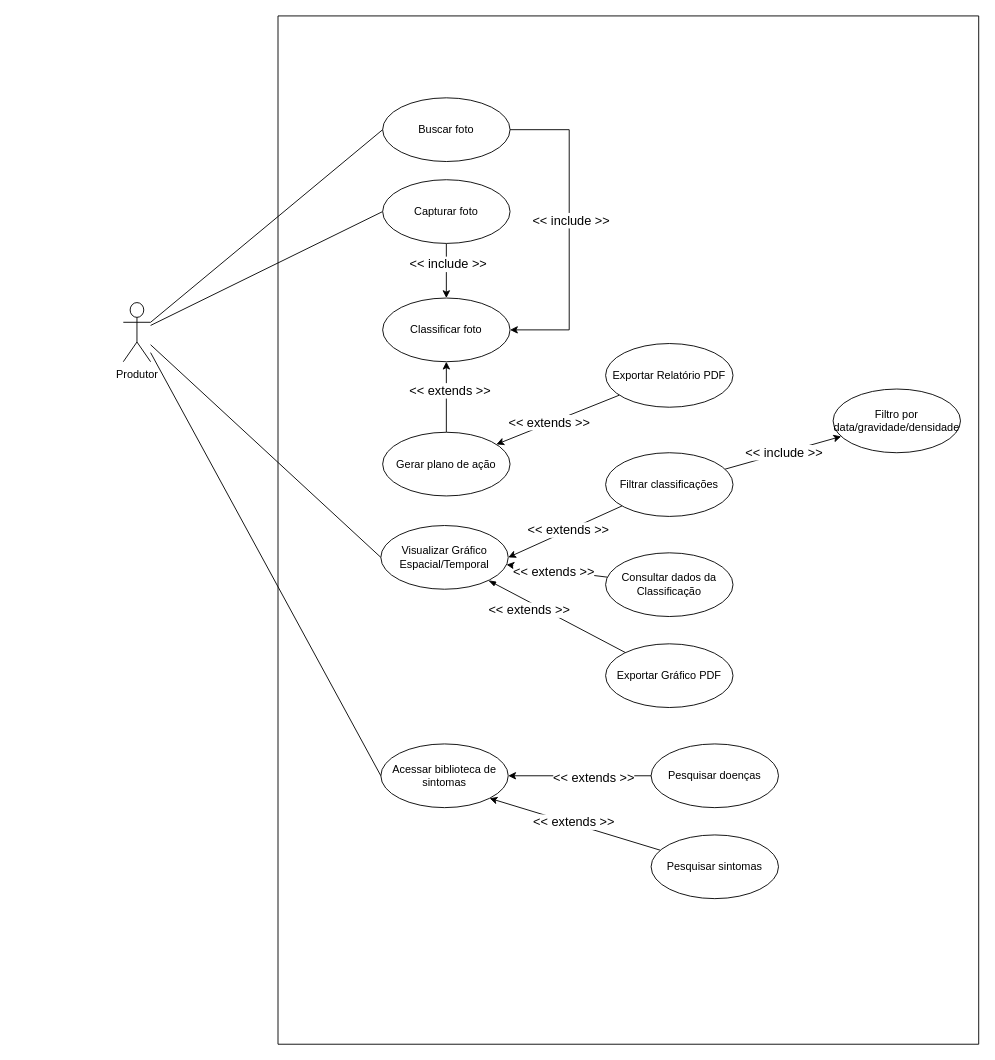
This is uml/caso_de_uso_blackspot.drawio from guilhermexmada/pi-ponskan, a draw.io file, before an edit. Source tidied: cells renumbered, new cells numbered last; positions are measured from the earlier drawing's top-left corner, leaving out a move shared by most shapes. Both pictures are drawn from the tidied source at 91%, with x=0, y=0 at pixel (123, 15).
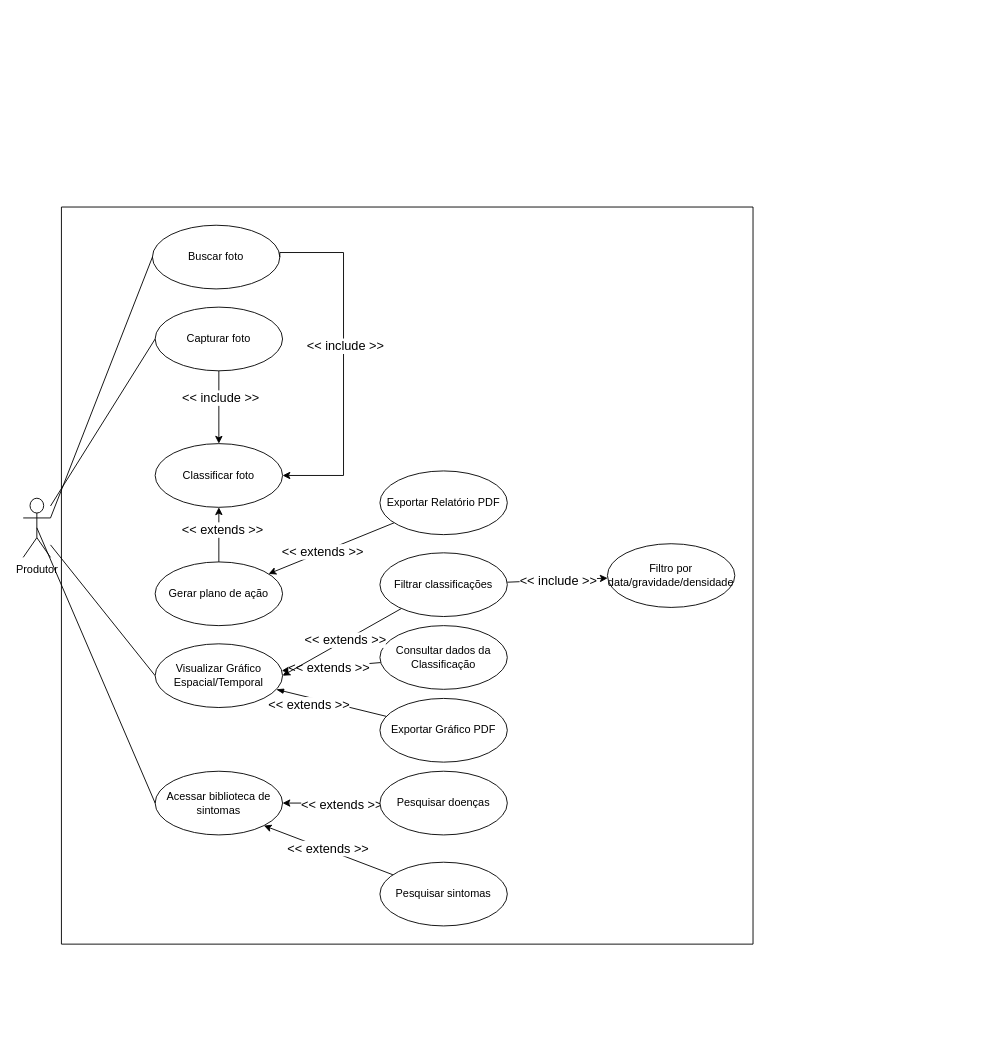
The same diagram, later.

Commit message (it also covers changes not shown here):
ajustando diagramas p/ inserir nos artefatos

Diff of the diagram source:
```diff
@@
     <mxCell id="4" value="Produtor" style="shape=umlActor;verticalLabelPosition=bottom;verticalAlign=top;html=1;" parent="1" vertex="1">
-      <mxGeometry y="315" width="30" height="65" as="geometry" />
+      <mxGeometry x="-110" y="530" width="30" height="65" as="geometry" />
     </mxCell>
     <mxCell id="5" style="swimlane;startSize=0;" parent="1" vertex="1">
-      <mxGeometry x="170" width="770" height="1130" as="geometry" />
+      <mxGeometry x="-68" y="210" width="760" height="810" as="geometry" />
     </mxCell>
@@
     <mxCell id="8" value="Capturar foto" style="ellipse;whiteSpace=wrap;html=1;" parent="5" vertex="1">
-      <mxGeometry x="115" y="180" width="140" height="70" as="geometry" />
+      <mxGeometry x="103" y="110" width="140" height="70" as="geometry" />
     </mxCell>
@@
     <mxCell id="11" value="Classificar foto" style="ellipse;whiteSpace=wrap;html=1;" parent="5" vertex="1">
-      <mxGeometry x="115" y="310" width="140" height="70" as="geometry" />
+      <mxGeometry x="103" y="260" width="140" height="70" as="geometry" />
     </mxCell>
@@
     <mxCell id="14" value="Gerar plano de ação" style="ellipse;whiteSpace=wrap;html=1;" parent="5" vertex="1">
-      <mxGeometry x="115" y="457.5" width="140" height="70" as="geometry" />
+      <mxGeometry x="103" y="390" width="140" height="70" as="geometry" />
     </mxCell>
@@
     <mxCell id="19" value="Visualizar Gráfico Espacial/Temporal" style="ellipse;whiteSpace=wrap;html=1;" parent="5" vertex="1">
-      <mxGeometry x="113" y="560" width="140" height="70" as="geometry" />
+      <mxGeometry x="103" y="480" width="140" height="70" as="geometry" />
     </mxCell>
     <mxCell id="20" value="Exportar Relatório PDF" style="ellipse;whiteSpace=wrap;html=1;" parent="5" vertex="1">
-      <mxGeometry x="360" y="360" width="140" height="70" as="geometry" />
+      <mxGeometry x="350" y="290" width="140" height="70" as="geometry" />
     </mxCell>
     <mxCell id="21" value="Exportar Gráfico PDF" style="ellipse;whiteSpace=wrap;html=1;" parent="5" vertex="1">
-      <mxGeometry x="360" y="690" width="140" height="70" as="geometry" />
+      <mxGeometry x="350" y="540" width="140" height="70" as="geometry" />
     </mxCell>
     <mxCell id="22" value="Buscar foto" style="ellipse;whiteSpace=wrap;html=1;" parent="5" vertex="1">
-      <mxGeometry x="115" y="90" width="140" height="70" as="geometry" />
+      <mxGeometry x="100" y="20" width="140" height="70" as="geometry" />
     </mxCell>
     <mxCell id="23" style="edgeStyle=orthogonalEdgeStyle;rounded=0;jettySize=auto;html=1;exitX=1;exitY=0.5;exitDx=0;exitDy=0;entryX=1;entryY=0.5;entryDx=0;entryDy=0;" parent="5" edge="1" source="22" target="11">
       <mxGeometry relative="1" as="geometry">
         <Array as="points">
-          <mxPoint x="320" y="125" />
-          <mxPoint x="320" y="345" />
+          <mxPoint x="240" y="50" />
+          <mxPoint x="310" y="50" />
+          <mxPoint x="310" y="295" />
         </Array>
       </mxGeometry>
     </mxCell>
@@
     <mxCell id="25" value="Acessar biblioteca de sintomas" style="ellipse;whiteSpace=wrap;html=1;" parent="5" vertex="1">
-      <mxGeometry x="113" y="800" width="140" height="70" as="geometry" />
+      <mxGeometry x="103" y="620" width="140" height="70" as="geometry" />
     </mxCell>
     <mxCell id="26" value="Consultar dados da Classificação" style="ellipse;whiteSpace=wrap;html=1;" parent="5" vertex="1">
-      <mxGeometry x="360" y="590" width="140" height="70" as="geometry" />
+      <mxGeometry x="350" y="460" width="140" height="70" as="geometry" />
     </mxCell>
@@
     <mxCell id="31" value="Filtrar classificações" style="ellipse;whiteSpace=wrap;html=1;" parent="5" vertex="1">
-      <mxGeometry x="360" y="480" width="140" height="70" as="geometry" />
+      <mxGeometry x="350" y="380" width="140" height="70" as="geometry" />
     </mxCell>
@@
     <mxCell id="34" value="Pesquisar doenças" style="ellipse;whiteSpace=wrap;html=1;" parent="5" vertex="1">
-      <mxGeometry x="410" y="800" width="140" height="70" as="geometry" />
+      <mxGeometry x="350" y="620" width="140" height="70" as="geometry" />
     </mxCell>
@@
     <mxCell id="37" value="Pesquisar sintomas" style="ellipse;whiteSpace=wrap;html=1;" parent="5" vertex="1">
-      <mxGeometry x="410" y="900" width="140" height="70" as="geometry" />
+      <mxGeometry x="350" y="720" width="140" height="70" as="geometry" />
     </mxCell>
     <mxCell id="38" value="Filtro por data/gravidade/densidade" style="ellipse;whiteSpace=wrap;html=1;" parent="5" vertex="1">
-      <mxGeometry x="610" y="410" width="140" height="70" as="geometry" />
+      <mxGeometry x="600" y="370" width="140" height="70" as="geometry" />
     </mxCell>
@@
-    <mxCell id="40" style="rounded=0;jettySize=auto;html=1;entryX=0;entryY=0.5;entryDx=0;entryDy=0;endArrow=none;endFill=0;" parent="1" edge="1" target="25">
-      <mxGeometry relative="1" as="geometry">
-        <mxPoint x="30" y="370" as="sourcePoint" />
-      </mxGeometry>
+    <mxCell id="40" style="rounded=0;jettySize=auto;html=1;entryX=0;entryY=0.5;entryDx=0;entryDy=0;endArrow=none;endFill=0;exitX=0.5;exitY=0.5;exitDx=0;exitDy=0;exitPerimeter=0;" parent="1" edge="1" source="4" target="25">
+      <mxGeometry relative="1" as="geometry" />
     </mxCell>
```
